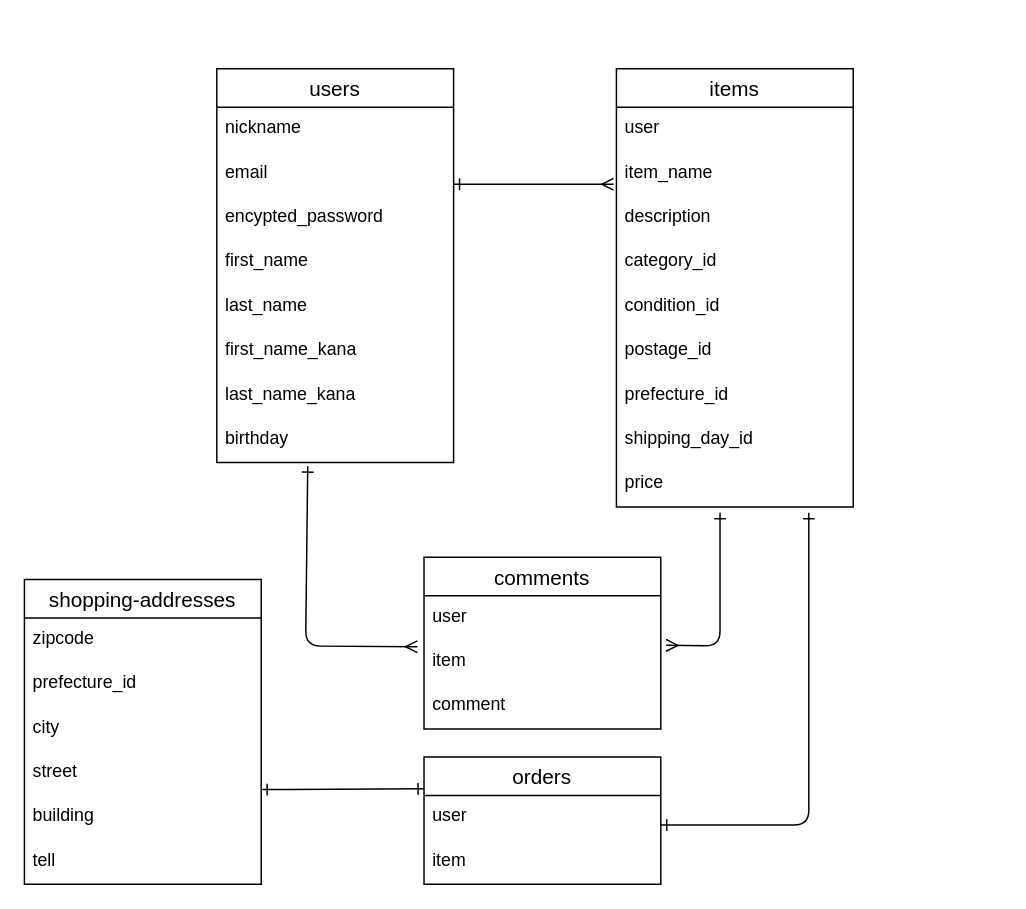
This is test.dio from manami0624/furima-39355, a draw.io file, before an edit. Source tidied: cells renumbered, new cells numbered last; positions are measured from the earlier drawing's top-left corner, leaving out a move shared by most shapes. Both pictures are drawn from the tidied source at 148%, with x=0, y=0 at pixel (24, 68).
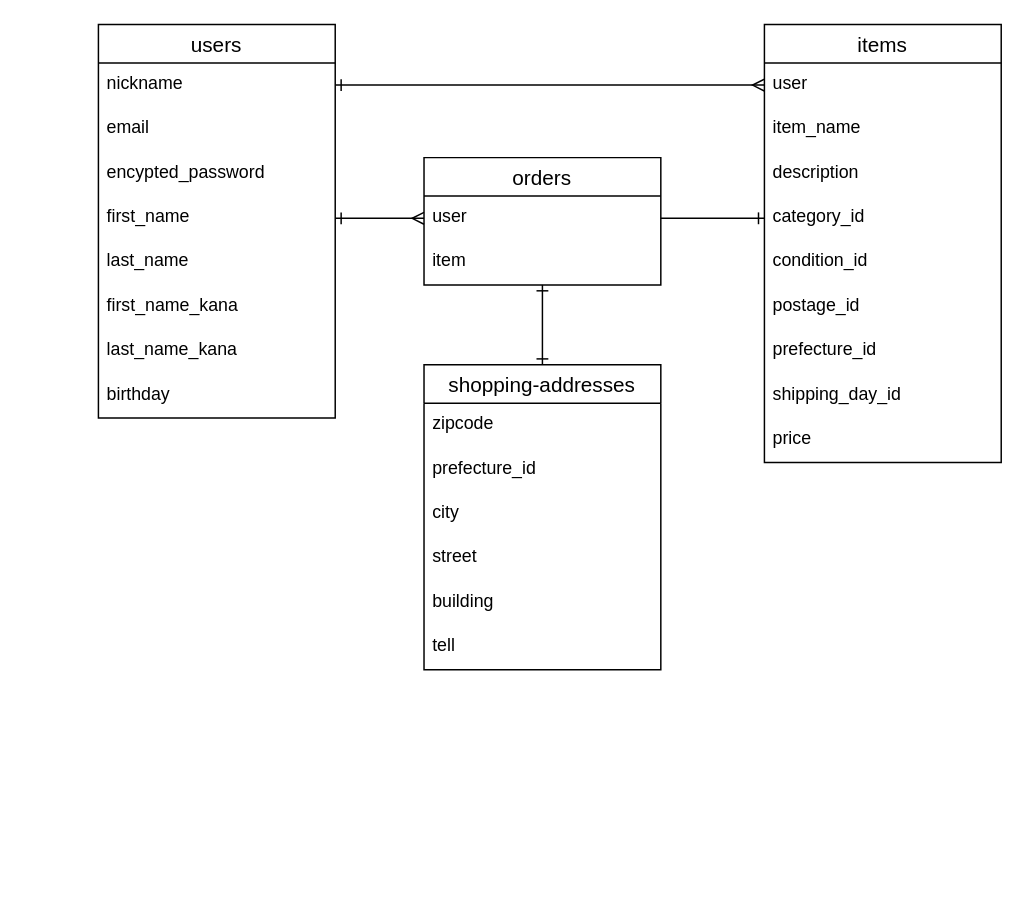
After the change.

The change refers to these unchanged cells:
```xml
<mxCell id="10" value="user" style="text;strokeColor=none;fillColor=none;spacingLeft=4;spacingRight=4;overflow=hidden;points=[[0,0.5],[1,0.5]];portConstraint=eastwest;fontSize=12;" parent="9" vertex="1">
  <mxGeometry y="26" width="160" height="30" as="geometry" />
</mxCell>
<mxCell id="11" value="item_name" style="text;strokeColor=none;fillColor=none;spacingLeft=4;spacingRight=4;overflow=hidden;points=[[0,0.5],[1,0.5]];portConstraint=eastwest;fontSize=12;" parent="9" vertex="1">
  <mxGeometry y="56" width="160" height="30" as="geometry" />
</mxCell>
<mxCell id="13" value="category_id" style="text;strokeColor=none;fillColor=none;spacingLeft=4;spacingRight=4;overflow=hidden;points=[[0,0.5],[1,0.5]];portConstraint=eastwest;fontSize=12;" parent="9" vertex="1">
  <mxGeometry y="116" width="160" height="30" as="geometry" />
</mxCell>
<mxCell id="20" value="nickname" style="text;strokeColor=none;fillColor=none;spacingLeft=4;spacingRight=4;overflow=hidden;points=[[0,0.5],[1,0.5]];portConstraint=eastwest;fontSize=12;" parent="19" vertex="1">
  <mxGeometry y="26" width="160" height="30" as="geometry" />
</mxCell>
<mxCell id="21" value="email" style="text;strokeColor=none;fillColor=none;spacingLeft=4;spacingRight=4;overflow=hidden;points=[[0,0.5],[1,0.5]];portConstraint=eastwest;fontSize=12;" parent="19" vertex="1">
  <mxGeometry y="56" width="160" height="30" as="geometry" />
</mxCell>
<mxCell id="23" value="first_name" style="text;strokeColor=none;fillColor=none;spacingLeft=4;spacingRight=4;overflow=hidden;points=[[0,0.5],[1,0.5]];portConstraint=eastwest;fontSize=12;" parent="19" vertex="1">
  <mxGeometry y="116" width="160" height="30" as="geometry" />
</mxCell>
<mxCell id="27" value="birthday" style="text;strokeColor=none;fillColor=none;spacingLeft=4;spacingRight=4;overflow=hidden;points=[[0,0.5],[1,0.5]];portConstraint=eastwest;fontSize=12;" parent="19" vertex="1">
  <mxGeometry y="236" width="160" height="30" as="geometry" />
</mxCell>
<mxCell id="29" value="user" style="text;strokeColor=none;fillColor=none;spacingLeft=4;spacingRight=4;overflow=hidden;points=[[0,0.5],[1,0.5]];portConstraint=eastwest;fontSize=12;" parent="28" vertex="1">
  <mxGeometry y="26" width="160" height="30" as="geometry" />
</mxCell>
<mxCell id="30" value="item" style="text;strokeColor=none;fillColor=none;spacingLeft=4;spacingRight=4;overflow=hidden;points=[[0,0.5],[1,0.5]];portConstraint=eastwest;fontSize=12;" parent="28" vertex="1">
  <mxGeometry y="56" width="160" height="30" as="geometry" />
</mxCell>
```

What changed in the source:
```diff
@@
-    <mxCell id="2" style="edgeStyle=none;html=1;exitX=1;exitY=0.733;exitDx=0;exitDy=0;endArrow=ERmany;endFill=0;startArrow=ERone;startFill=0;exitPerimeter=0;entryX=-0.012;entryY=0.733;entryDx=0;entryDy=0;entryPerimeter=0;" parent="1" edge="1" source="21" target="11">
-      <mxGeometry relative="1" as="geometry" />
-    </mxCell>
-    <mxCell id="3" style="edgeStyle=none;html=1;endArrow=ERmany;endFill=0;startArrow=ERone;startFill=0;entryX=-0.028;entryY=0.15;entryDx=0;entryDy=0;entryPerimeter=0;exitX=0.384;exitY=1.083;exitDx=0;exitDy=0;exitPerimeter=0;" parent="1" edge="1" source="27" target="7">
-      <mxGeometry relative="1" as="geometry">
-        <Array as="points">
-          <mxPoint x="190" y="390" />
-        </Array>
-      </mxGeometry>
-    </mxCell>
-    <mxCell id="4" style="edgeStyle=none;html=1;startArrow=ERone;startFill=0;endArrow=ERmany;endFill=0;entryX=1.022;entryY=0.117;entryDx=0;entryDy=0;entryPerimeter=0;" parent="1" edge="1" target="7">
-      <mxGeometry relative="1" as="geometry">
-        <mxPoint x="470" y="300" as="sourcePoint" />
-        <Array as="points">
-          <mxPoint x="470" y="390" />
-        </Array>
-      </mxGeometry>
-    </mxCell>
-    <mxCell id="5" value="comments" style="swimlane;fontStyle=0;horizontal=1;startSize=26;align=center;fontSize=14;" parent="1" vertex="1">
-      <mxGeometry x="270" y="330" width="160" height="116" as="geometry" />
-    </mxCell>
-    <mxCell id="6" value="user" style="text;strokeColor=none;fillColor=none;spacingLeft=4;spacingRight=4;overflow=hidden;fontSize=12;" parent="5" vertex="1">
-      <mxGeometry y="26" width="160" height="30" as="geometry" />
-    </mxCell>
-    <mxCell id="7" value="item" style="text;strokeColor=none;fillColor=none;spacingLeft=4;spacingRight=4;overflow=hidden;points=[[0,0.5],[1,0.5]];portConstraint=eastwest;fontSize=12;" parent="5" vertex="1">
-      <mxGeometry y="56" width="160" height="30" as="geometry" />
-    </mxCell>
-    <mxCell id="8" value="comment" style="text;strokeColor=none;fillColor=none;spacingLeft=4;spacingRight=4;overflow=hidden;fontSize=12;" parent="5" vertex="1">
-      <mxGeometry y="86" width="160" height="30" as="geometry" />
-    </mxCell>
     <mxCell id="9" value="items" style="swimlane;fontStyle=0;horizontal=1;startSize=26;align=center;fontSize=14;" parent="1" vertex="1">
-      <mxGeometry x="400" width="160" height="296" as="geometry" />
+      <mxGeometry x="500" y="-30" width="160" height="296" as="geometry" />
     </mxCell>
@@
     <mxCell id="19" value="users" style="swimlane;fontStyle=0;horizontal=1;startSize=26;align=center;fontSize=14;" parent="1" vertex="1">
-      <mxGeometry x="130" width="160" height="266" as="geometry" />
+      <mxGeometry x="50" y="-30" width="160" height="266" as="geometry" />
     </mxCell>
@@
     <mxCell id="28" value="orders" style="swimlane;fontStyle=0;horizontal=1;startSize=26;align=center;fontSize=14;" parent="1" vertex="1">
-      <mxGeometry x="270" y="465" width="160" height="86" as="geometry" />
+      <mxGeometry x="270" y="60" width="160" height="86" as="geometry" />
     </mxCell>
@@
     <mxCell id="31" value="shopping-addresses" style="swimlane;fontStyle=0;horizontal=1;startSize=26;align=center;fontSize=14;" parent="1" vertex="1">
-      <mxGeometry y="345" width="160" height="206" as="geometry" />
+      <mxGeometry x="270" y="200" width="160" height="206" as="geometry" />
     </mxCell>
@@
-    <mxCell id="38" style="edgeStyle=none;html=1;startArrow=ERone;startFill=0;endArrow=ERone;endFill=0;entryX=1;entryY=0.5;entryDx=0;entryDy=0;" parent="1" edge="1">
-      <mxGeometry relative="1" as="geometry">
-        <mxPoint x="530" y="300" as="sourcePoint" />
-        <mxPoint x="430" y="511" as="targetPoint" />
-        <Array as="points">
-          <mxPoint x="530" y="511" />
-        </Array>
-      </mxGeometry>
-    </mxCell>
-    <mxCell id="39" style="edgeStyle=none;html=1;startArrow=ERone;startFill=0;endArrow=ERone;endFill=0;exitX=0;exitY=0.25;exitDx=0;exitDy=0;" parent="1" edge="1" source="28">
-      <mxGeometry relative="1" as="geometry">
-        <mxPoint x="160" y="487" as="targetPoint" />
-        <Array as="points">
-          <mxPoint x="170" y="487" />
-        </Array>
-      </mxGeometry>
-    </mxCell>
+    <mxCell id="40" style="edgeStyle=none;html=1;exitX=1;exitY=0.5;exitDx=0;exitDy=0;startArrow=ERone;startFill=0;endArrow=ERmany;endFill=0;entryX=0;entryY=0.5;entryDx=0;entryDy=0;" parent="1" edge="1" source="23" target="29">
+      <mxGeometry relative="1" as="geometry" />
+    </mxCell>
+    <mxCell id="41" style="edgeStyle=none;html=1;exitX=1;exitY=0.5;exitDx=0;exitDy=0;startArrow=ERone;startFill=0;endArrow=ERmany;endFill=0;" parent="1" edge="1" source="20" target="10">
+      <mxGeometry relative="1" as="geometry" />
+    </mxCell>
+    <mxCell id="42" style="edgeStyle=none;html=1;entryX=0.5;entryY=0;entryDx=0;entryDy=0;startArrow=ERone;startFill=0;endArrow=ERone;endFill=0;" parent="1" edge="1" source="30" target="31">
+      <mxGeometry relative="1" as="geometry" />
+    </mxCell>
+    <mxCell id="43" style="edgeStyle=none;html=1;exitX=1;exitY=0.5;exitDx=0;exitDy=0;entryX=0;entryY=0.5;entryDx=0;entryDy=0;startArrow=none;startFill=0;endArrow=ERone;endFill=0;" parent="1" edge="1" source="29" target="13">
+      <mxGeometry relative="1" as="geometry" />
+    </mxCell>
```
